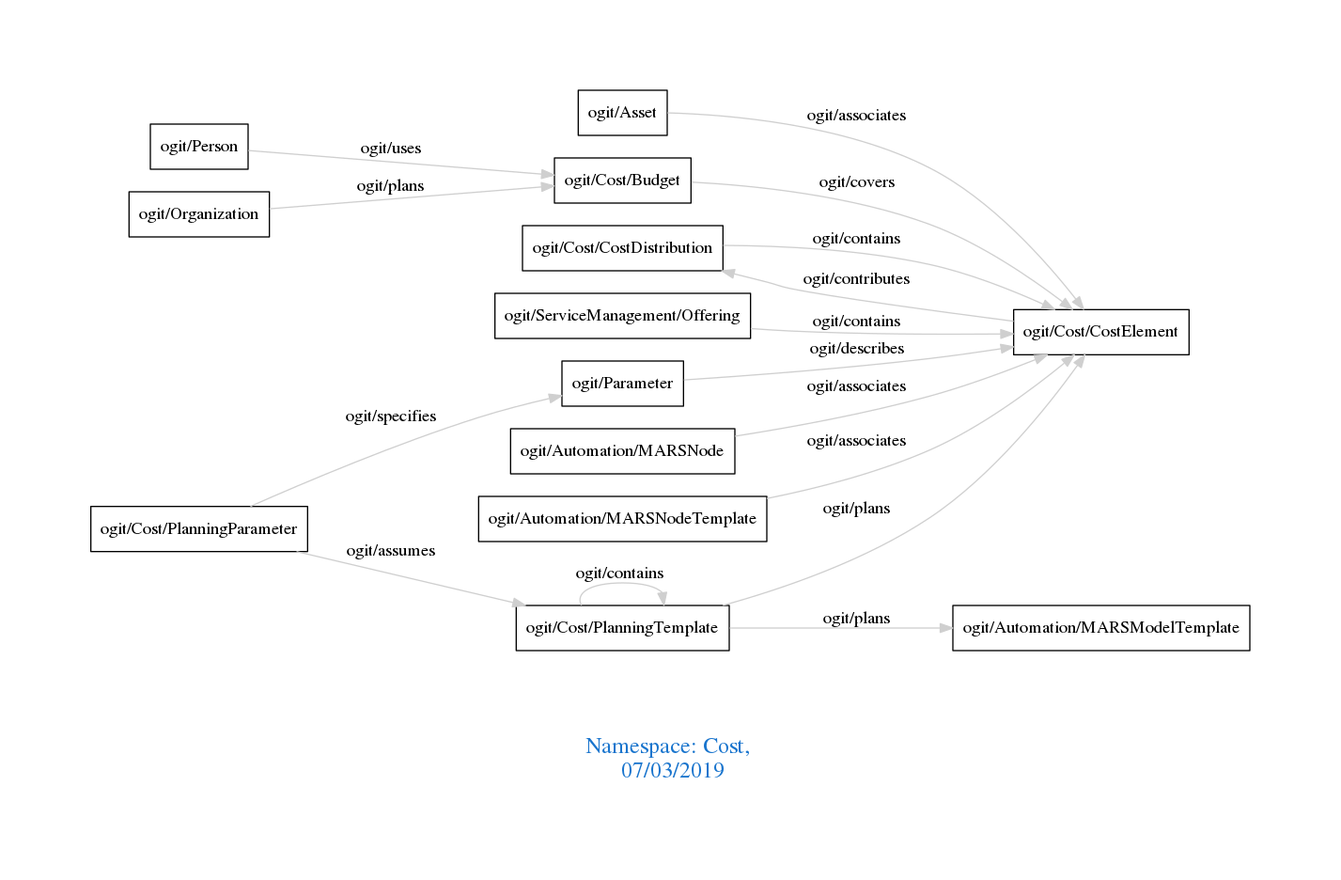
Above: downloads/Cost.png in arago/OGIT (Graphviz), before the change. Its source is kept beside it as downloads/Cost.dot.
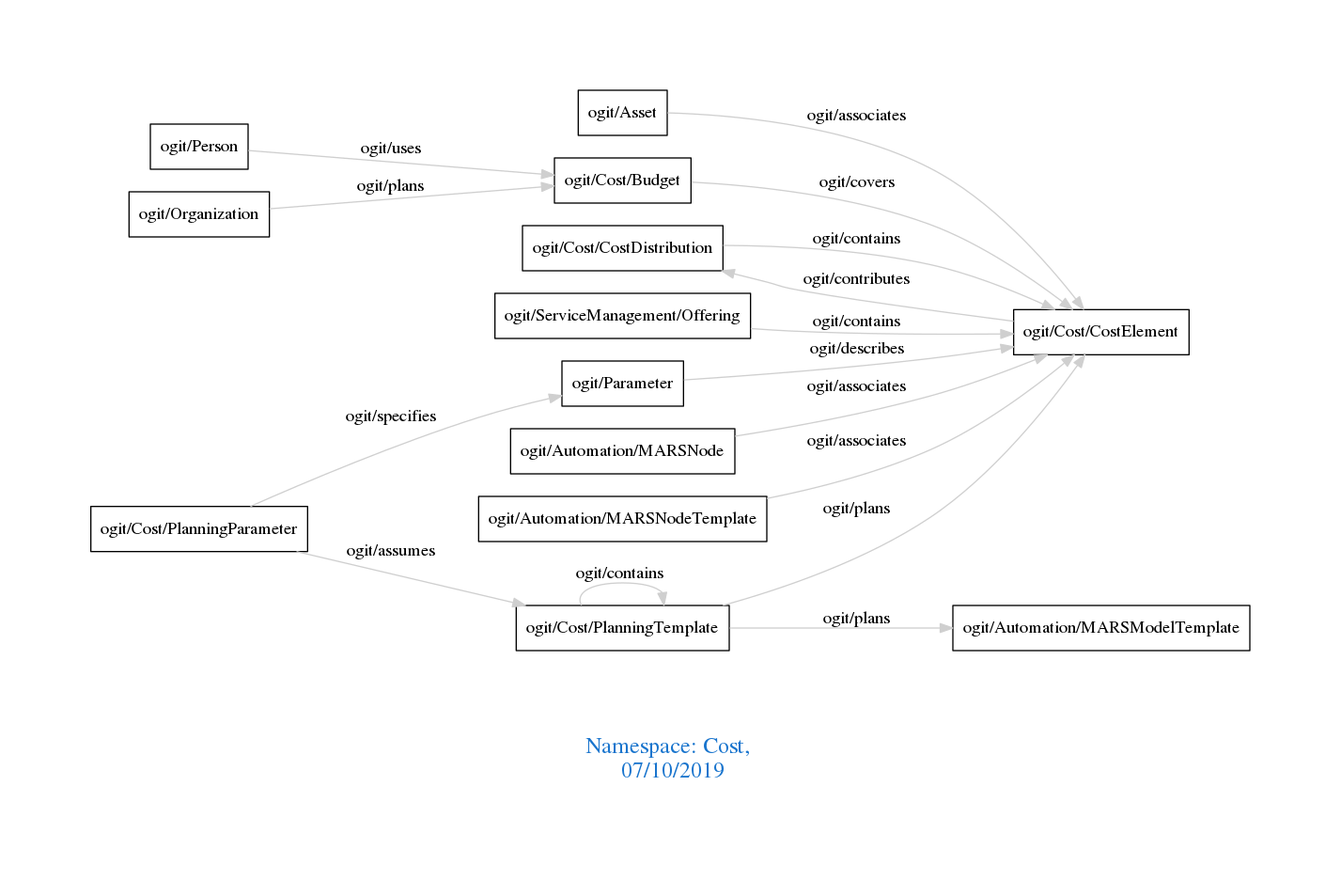
Later version of the same file.

The edit, as a diff of the source:
```diff
@@ -1,7 +1,7 @@
 digraph OGIT_ontology {
  graph [ rankdir= LR,pad=1
 fontsize = 18,
-fontcolor= dodgerblue3,label = "\n\n\nNamespace: Cost, \n 07/03/2019"];
+fontcolor= dodgerblue3,label = "\n\n\nNamespace: Cost, \n 07/10/2019"];
 node[shape=polygon];
 edge [  color="gray81"];
 
```
